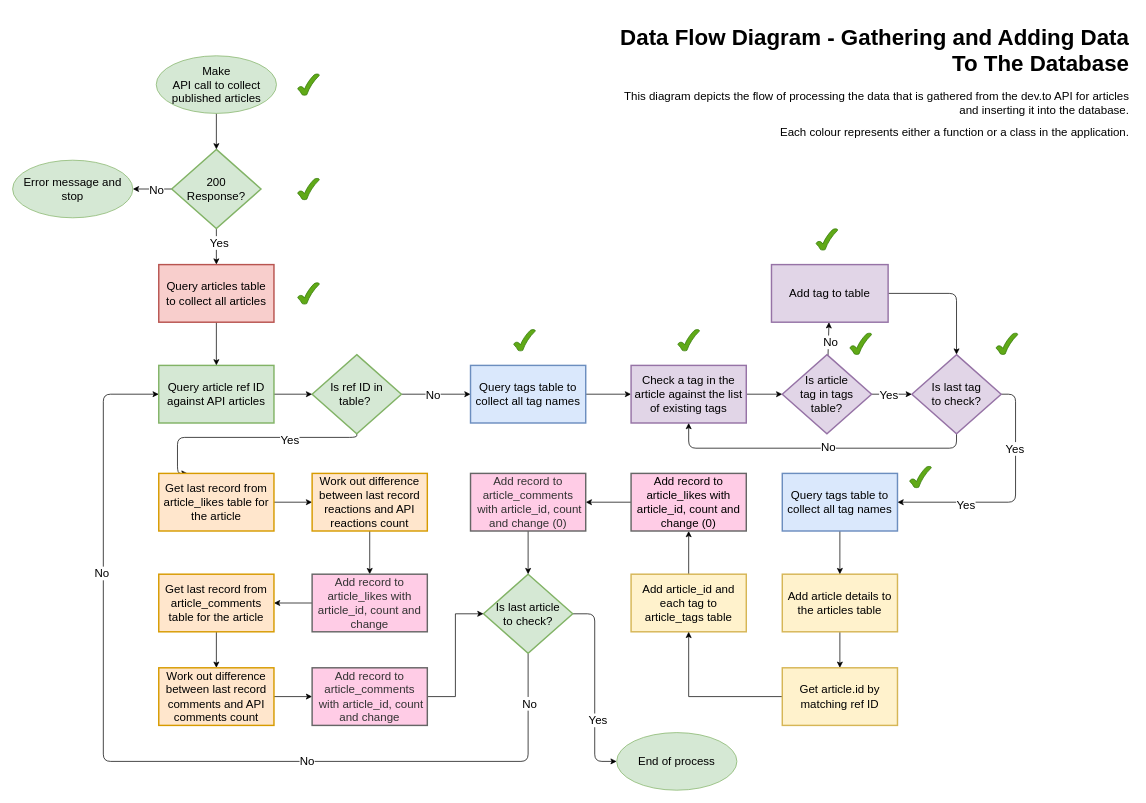
Before: development_docs/004-data-processing-flow.drawio in York13Pud/python-project-dev-to-stats, a draw.io diagram. Source tidied: cells renumbered, new cells numbered last; positions are measured from the earlier drawing's top-left corner, leaving out a move shared by most shapes. Both pictures are drawn from the tidied source at 72%, with x=0, y=0 at pixel (12, 19).
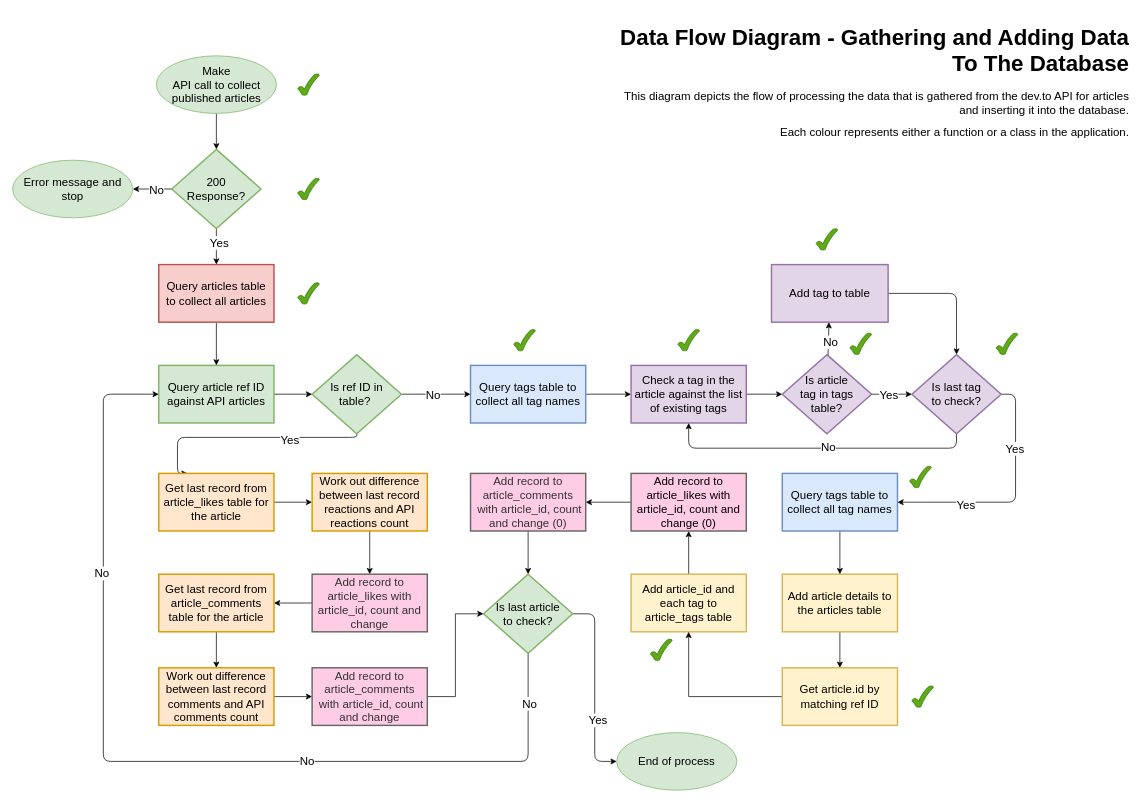
The same diagram, later.

Commit message:
Performed ArticleViews migration

Change to the diagram source:
```diff
@@
+    <mxCell id="78" style="verticalLabelPosition=bottom;verticalAlign=top;html=1;shape=mxgraph.basic.tick;fillColor=#60a917;strokeColor=#2D7600;fontColor=#ffffff;" parent="1" vertex="1">
+      <mxGeometry x="886" y="860" width="30" height="30" as="geometry" />
+    </mxCell>
+    <mxCell id="79" style="verticalLabelPosition=bottom;verticalAlign=top;html=1;shape=mxgraph.basic.tick;fillColor=#60a917;strokeColor=#2D7600;fontColor=#ffffff;" parent="1" vertex="1">
+      <mxGeometry x="1249" y="925" width="30" height="30" as="geometry" />
+    </mxCell>
```
